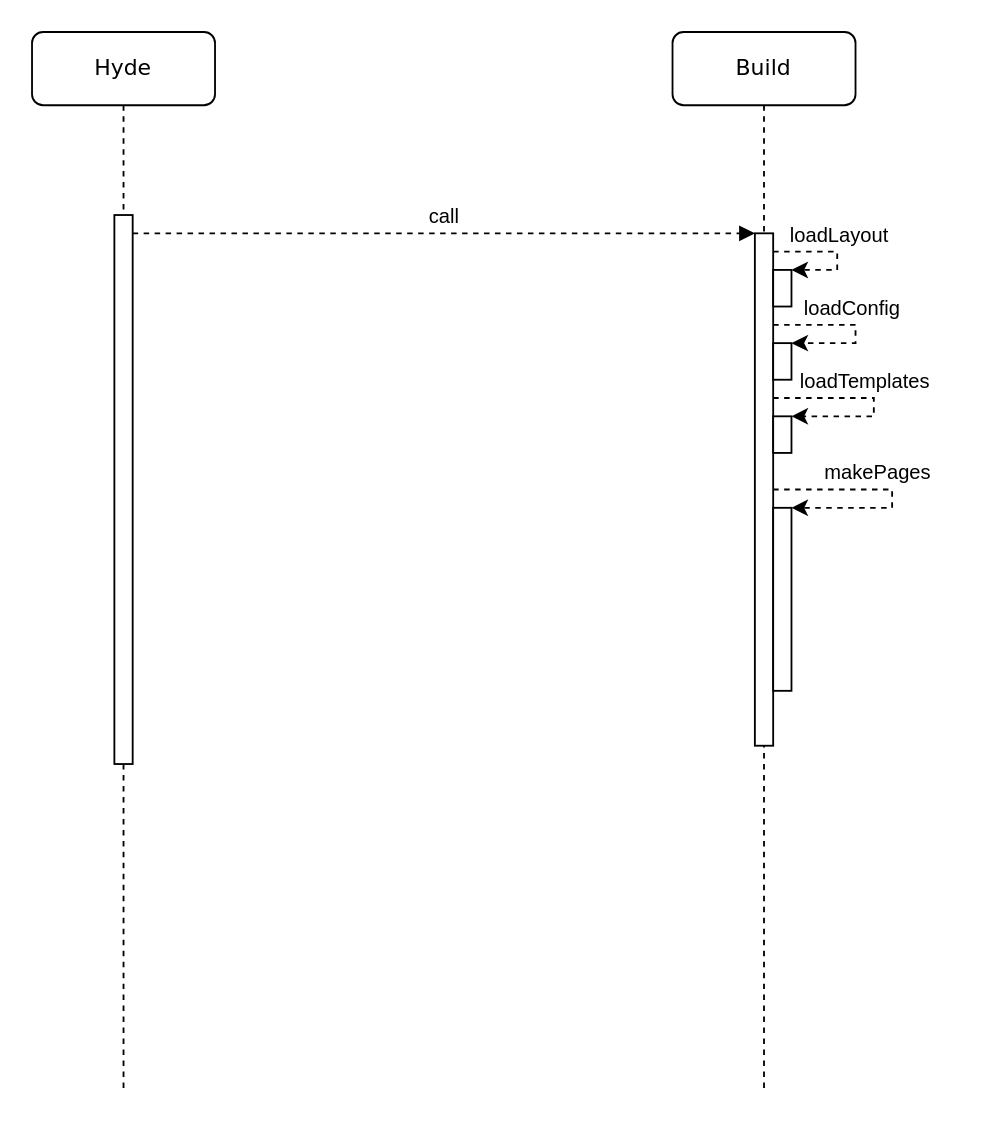
Above: conception/sequence_diagram_build.drawio in dil-classroom/projet-marzullo_matias_monti_golay_perrenoud (draw.io), before the change. Source tidied: cells renumbered, new cells numbered last; positions are measured from the earlier drawing's top-left corner, leaving out a move shared by most shapes. Both pictures are drawn from the tidied source at 183%, with x=0, y=0 at pixel (31, 31).
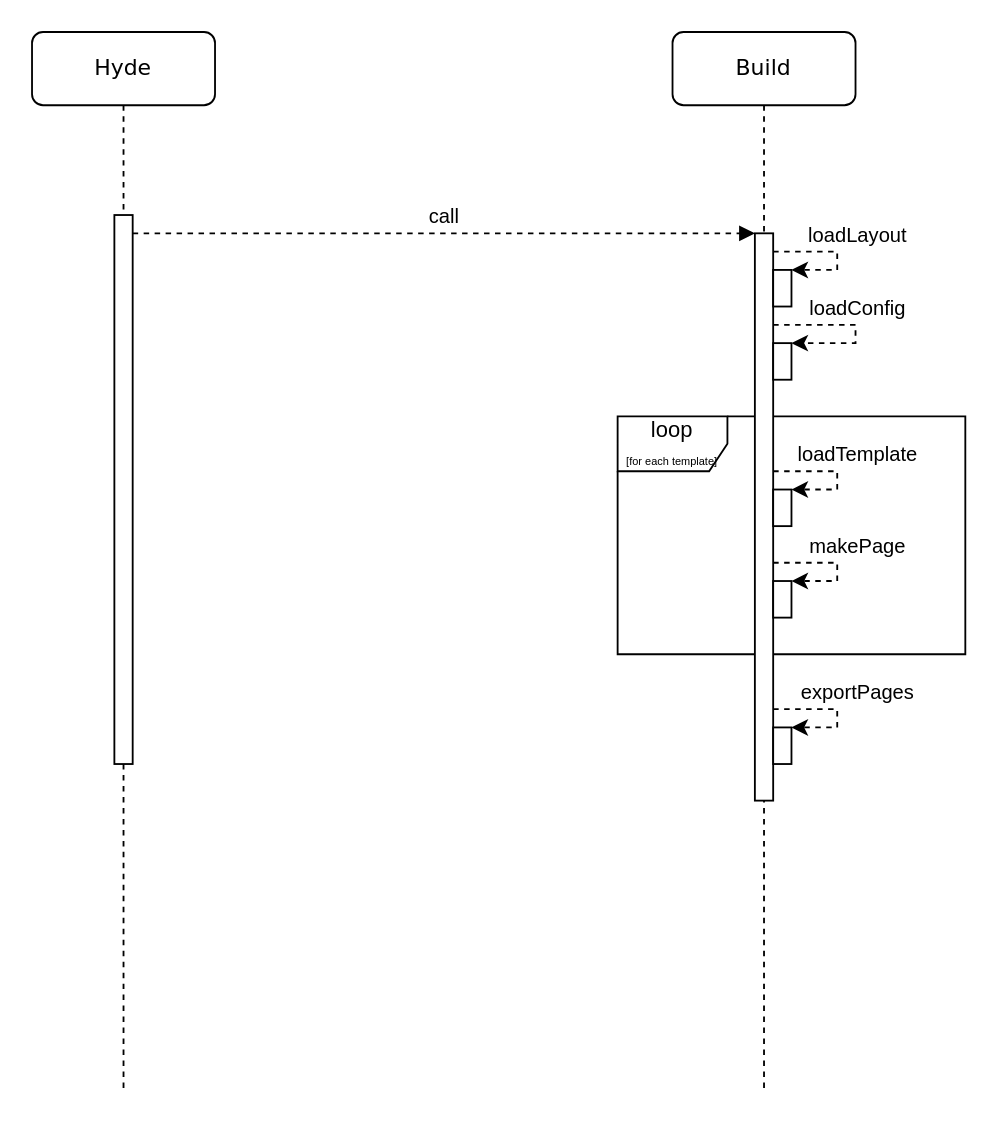
After the change.

Commit message:
doc: Add loop to sequence diagram

The change refers to these unchanged cells:
```xml
<mxCell id="2" value="&lt;div&gt;Build&lt;/div&gt;" style="shape=umlLifeline;perimeter=lifelinePerimeter;whiteSpace=wrap;html=1;rounded=1;shadow=0;comic=0;labelBackgroundColor=none;strokeWidth=1;fontFamily=Verdana;fontSize=12;align=center;" parent="1" vertex="1">
  <mxGeometry x="350" width="100" height="580" as="geometry" />
</mxCell>
<mxCell id="5" style="endArrow=classic;html=1;rounded=0;dashed=1;" parent="2" edge="1" target="4">
  <mxGeometry relative="1" as="geometry">
    <mxPoint x="55" y="120" as="sourcePoint" />
    <Array as="points">
      <mxPoint x="90" y="120" />
      <mxPoint x="90" y="130" />
    </Array>
  </mxGeometry>
</mxCell>
<mxCell id="7" style="html=1;points=[];perimeter=orthogonalPerimeter;" parent="2" vertex="1">
  <mxGeometry x="55" y="170" width="10" height="20" as="geometry" />
</mxCell>
```

The edit, as a diff of the source:
```diff
@@
+    <mxCell id="19" value="&lt;div&gt;loop&lt;/div&gt;&lt;font style=&quot;font-size: 6px&quot;&gt;[for each template]&lt;/font&gt;" style="shape=umlFrame;whiteSpace=wrap;html=1;" parent="1" vertex="1">
+      <mxGeometry x="320" y="210" width="190" height="130" as="geometry" />
+    </mxCell>
@@
     <mxCell id="3" style="html=1;points=[];perimeter=orthogonalPerimeter;" parent="2" vertex="1">
-      <mxGeometry x="45" y="110" width="10" height="280" as="geometry" />
+      <mxGeometry x="45" y="110" width="10" height="310" as="geometry" />
     </mxCell>
@@
     <mxCell id="6" value="loadLayout" style="edgeLabel;html=1;align=center;verticalAlign=middle;" parent="5" vertex="1">
       <mxGeometry x="-0.31" y="-1" relative="1" as="geometry">
-        <mxPoint x="11" y="-11" as="offset" />
+        <mxPoint x="21" y="-11" as="offset" />
       </mxGeometry>
     </mxCell>
@@
     <mxCell id="8" style="html=1;points=[];perimeter=orthogonalPerimeter;" parent="2" vertex="1">
-      <mxGeometry x="55" y="210" width="10" height="20" as="geometry" />
+      <mxGeometry x="55" y="250" width="10" height="20" as="geometry" />
     </mxCell>
     <mxCell id="9" style="html=1;points=[];perimeter=orthogonalPerimeter;" parent="2" vertex="1">
-      <mxGeometry x="55" y="260" width="10" height="100" as="geometry" />
+      <mxGeometry x="55" y="300" width="10" height="20" as="geometry" />
     </mxCell>
     <mxCell id="10" style="endArrow=classic;html=1;rounded=0;dashed=1;" parent="2" edge="1" source="3" target="7">
       <mxGeometry relative="1" as="geometry">
         <Array as="points">
+          <mxPoint x="90" y="160" />
           <mxPoint x="100" y="160" />
           <mxPoint x="100" y="170" />
         </Array>
       </mxGeometry>
     </mxCell>
     <mxCell id="11" value="&lt;div&gt;loadConfig&lt;/div&gt;" style="edgeLabel;html=1;align=center;verticalAlign=middle;" parent="10" vertex="1">
       <mxGeometry x="-0.31" y="-1" relative="1" as="geometry">
-        <mxPoint x="11" y="-11" as="offset" />
+        <mxPoint x="14" y="-11" as="offset" />
       </mxGeometry>
     </mxCell>
-    <mxCell id="12" style="endArrow=classic;html=1;rounded=0;dashed=1;" parent="2" edge="1" source="3" target="8">
+    <mxCell id="12" style="endArrow=classic;html=1;rounded=0;dashed=1;" parent="2" edge="1" target="8">
       <mxGeometry relative="1" as="geometry">
+        <mxPoint x="55" y="240" as="sourcePoint" />
         <Array as="points">
-          <mxPoint x="110" y="200" />
-          <mxPoint x="110" y="210" />
+          <mxPoint x="90" y="240" />
+          <mxPoint x="90" y="250" />
         </Array>
       </mxGeometry>
     </mxCell>
-    <mxCell id="13" value="loadTemplates" style="edgeLabel;html=1;align=center;verticalAlign=middle;" parent="12" vertex="1">
+    <mxCell id="13" value="loadTemplate" style="edgeLabel;html=1;align=center;verticalAlign=middle;" parent="12" vertex="1">
       <mxGeometry x="-0.31" y="-1" relative="1" as="geometry">
-        <mxPoint x="11" y="-11" as="offset" />
+        <mxPoint x="21" y="-11" as="offset" />
       </mxGeometry>
     </mxCell>
-    <mxCell id="14" style="endArrow=classic;html=1;rounded=0;dashed=1;" parent="2" edge="1" source="3" target="9">
+    <mxCell id="14" style="endArrow=classic;html=1;rounded=0;dashed=1;" parent="2" edge="1" target="9">
       <mxGeometry relative="1" as="geometry">
+        <mxPoint x="55" y="290" as="sourcePoint" />
         <Array as="points">
-          <mxPoint x="120" y="250" />
-          <mxPoint x="120" y="260" />
+          <mxPoint x="90" y="290" />
+          <mxPoint x="90" y="300" />
         </Array>
       </mxGeometry>
     </mxCell>
-    <mxCell id="15" value="makePages" style="edgeLabel;html=1;align=center;verticalAlign=middle;" parent="14" vertex="1">
+    <mxCell id="15" value="&lt;div&gt;makePage&lt;/div&gt;" style="edgeLabel;html=1;align=center;verticalAlign=middle;" parent="14" vertex="1">
       <mxGeometry x="-0.31" y="-1" relative="1" as="geometry">
-        <mxPoint x="11" y="-11" as="offset" />
+        <mxPoint x="21" y="-11" as="offset" />
       </mxGeometry>
     </mxCell>
+    <mxCell id="20" style="html=1;points=[];perimeter=orthogonalPerimeter;" parent="2" vertex="1">
+      <mxGeometry x="55" y="380" width="10" height="20" as="geometry" />
+    </mxCell>
+    <mxCell id="21" style="endArrow=classic;html=1;rounded=0;dashed=1;" parent="2" edge="1" target="20">
+      <mxGeometry relative="1" as="geometry">
+        <mxPoint x="55" y="370" as="sourcePoint" />
+        <Array as="points">
+          <mxPoint x="90" y="370" />
+          <mxPoint x="90" y="380" />
+        </Array>
+      </mxGeometry>
+    </mxCell>
+    <mxCell id="22" value="exportPages" style="edgeLabel;html=1;align=center;verticalAlign=middle;" parent="21" vertex="1">
+      <mxGeometry x="-0.31" y="-1" relative="1" as="geometry">
+        <mxPoint x="21" y="-11" as="offset" />
+      </mxGeometry>
+    </mxCell>
```
